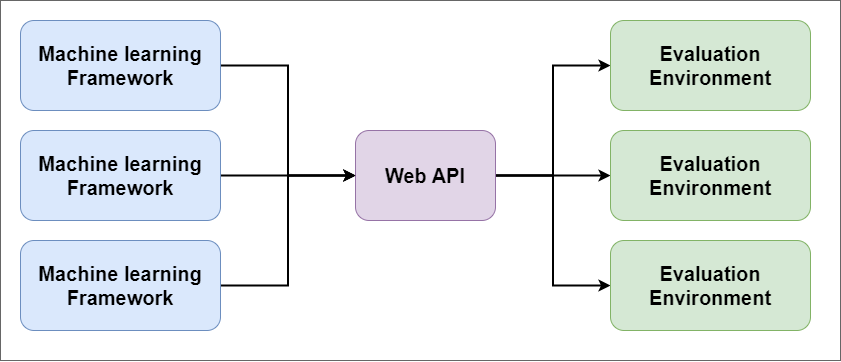
Earlier version of the draw.io export docs/images/platform_general_idea.png (UM-LPM/GIANT). Source tidied: cells renumbered, new cells last; positions are measured from the earlier drawing's top-left corner, leaving out a move shared by most shapes. Its diagram source:
```xml
<mxGraphModel>
  <root>
    <mxCell id="0" />
    <mxCell id="1" parent="0" />
    <mxCell id="2" value="&lt;h1 style=&quot;line-height: 120%; font-size: 24px;&quot;&gt;&lt;br&gt;&lt;/h1&gt;" style="rounded=0;whiteSpace=wrap;html=1;align=left;verticalAlign=top;glass=0;shadow=0;fontSize=24;labelPosition=center;verticalLabelPosition=middle;spacing=2;spacingLeft=12;fillColor=none;gradientColor=#b3b3b3;strokeColor=#666666;" parent="1" vertex="1">
      <mxGeometry width="840" height="360" as="geometry" />
    </mxCell>
    <mxCell id="3" style="edgeStyle=orthogonalEdgeStyle;rounded=0;jettySize=auto;html=1;entryX=0;entryY=0.5;entryDx=0;entryDy=0;strokeWidth=2;" parent="1" edge="1" source="4" target="8">
      <mxGeometry relative="1" as="geometry" />
    </mxCell>
    <mxCell id="4" value="&lt;font size=&quot;1&quot; style=&quot;&quot; color=&quot;#000000&quot;&gt;&lt;b style=&quot;font-size: 20px;&quot;&gt;Machine learning&lt;br&gt;Framework&lt;br&gt;&lt;/b&gt;&lt;/font&gt;" style="rounded=1;whiteSpace=wrap;html=1;fillColor=#dae8fc;strokeColor=#6c8ebf;" parent="1" vertex="1">
      <mxGeometry x="20" y="20" width="200" height="90" as="geometry" />
    </mxCell>
    <mxCell id="5" style="edgeStyle=orthogonalEdgeStyle;rounded=0;jettySize=auto;html=1;exitX=1;exitY=0.5;exitDx=0;exitDy=0;entryX=0;entryY=0.5;entryDx=0;entryDy=0;strokeWidth=2;" parent="1" edge="1" source="8" target="13">
      <mxGeometry relative="1" as="geometry" />
    </mxCell>
    <mxCell id="6" style="edgeStyle=orthogonalEdgeStyle;rounded=0;jettySize=auto;html=1;exitX=1;exitY=0.5;exitDx=0;exitDy=0;entryX=0;entryY=0.5;entryDx=0;entryDy=0;strokeWidth=2;" parent="1" edge="1" source="8" target="14">
      <mxGeometry relative="1" as="geometry" />
    </mxCell>
    <mxCell id="7" style="edgeStyle=orthogonalEdgeStyle;rounded=0;jettySize=auto;html=1;exitX=1;exitY=0.5;exitDx=0;exitDy=0;entryX=0;entryY=0.5;entryDx=0;entryDy=0;strokeWidth=2;" parent="1" edge="1" source="8" target="15">
      <mxGeometry relative="1" as="geometry" />
    </mxCell>
    <mxCell id="8" value="&lt;font size=&quot;1&quot; style=&quot;&quot; color=&quot;#000000&quot;&gt;&lt;b style=&quot;font-size: 20px;&quot;&gt;Web API&lt;/b&gt;&lt;/font&gt;" style="rounded=1;whiteSpace=wrap;html=1;fillColor=#e1d5e7;strokeColor=#9673a6;" parent="1" vertex="1">
      <mxGeometry x="355" y="130" width="140" height="90" as="geometry" />
    </mxCell>
    <mxCell id="9" style="edgeStyle=orthogonalEdgeStyle;rounded=0;jettySize=auto;html=1;exitX=1;exitY=0.5;exitDx=0;exitDy=0;entryX=0;entryY=0.5;entryDx=0;entryDy=0;strokeWidth=2;" parent="1" edge="1" source="10" target="8">
      <mxGeometry relative="1" as="geometry" />
    </mxCell>
    <mxCell id="10" value="&lt;font size=&quot;1&quot; style=&quot;&quot; color=&quot;#000000&quot;&gt;&lt;b style=&quot;font-size: 20px;&quot;&gt;Machine learning&lt;br&gt;Framework&lt;br&gt;&lt;/b&gt;&lt;/font&gt;" style="rounded=1;whiteSpace=wrap;html=1;fillColor=#dae8fc;strokeColor=#6c8ebf;" parent="1" vertex="1">
      <mxGeometry x="20" y="130" width="200" height="90" as="geometry" />
    </mxCell>
    <mxCell id="11" style="edgeStyle=orthogonalEdgeStyle;rounded=0;jettySize=auto;html=1;exitX=1;exitY=0.5;exitDx=0;exitDy=0;entryX=0;entryY=0.5;entryDx=0;entryDy=0;strokeWidth=2;" parent="1" edge="1" source="12" target="8">
      <mxGeometry relative="1" as="geometry" />
    </mxCell>
    <mxCell id="12" value="&lt;font size=&quot;1&quot; style=&quot;&quot; color=&quot;#000000&quot;&gt;&lt;b style=&quot;font-size: 20px;&quot;&gt;Machine learning&lt;br&gt;Framework&lt;br&gt;&lt;/b&gt;&lt;/font&gt;" style="rounded=1;whiteSpace=wrap;html=1;fillColor=#dae8fc;strokeColor=#6c8ebf;" parent="1" vertex="1">
      <mxGeometry x="20" y="240" width="200" height="90" as="geometry" />
    </mxCell>
    <mxCell id="13" value="&lt;font size=&quot;1&quot; style=&quot;&quot; color=&quot;#000000&quot;&gt;&lt;b style=&quot;font-size: 20px;&quot;&gt;Evaluation&lt;br&gt;Environment&lt;br&gt;&lt;/b&gt;&lt;/font&gt;" style="rounded=1;whiteSpace=wrap;html=1;fillColor=#d5e8d4;strokeColor=#82b366;" parent="1" vertex="1">
      <mxGeometry x="610" y="20" width="200" height="90" as="geometry" />
    </mxCell>
    <mxCell id="14" value="&lt;font size=&quot;1&quot; style=&quot;&quot; color=&quot;#000000&quot;&gt;&lt;b style=&quot;font-size: 20px;&quot;&gt;Evaluation&lt;br&gt;Environment&lt;br&gt;&lt;/b&gt;&lt;/font&gt;" style="rounded=1;whiteSpace=wrap;html=1;fillColor=#d5e8d4;strokeColor=#82b366;" parent="1" vertex="1">
      <mxGeometry x="610" y="130" width="200" height="90" as="geometry" />
    </mxCell>
    <mxCell id="15" value="&lt;font size=&quot;1&quot; style=&quot;&quot; color=&quot;#000000&quot;&gt;&lt;b style=&quot;font-size: 20px;&quot;&gt;Evaluation&lt;br&gt;Environment&lt;br&gt;&lt;/b&gt;&lt;/font&gt;" style="rounded=1;whiteSpace=wrap;html=1;fillColor=#d5e8d4;strokeColor=#82b366;" parent="1" vertex="1">
      <mxGeometry x="610" y="240" width="200" height="90" as="geometry" />
    </mxCell>
  </root>
</mxGraphModel>
```
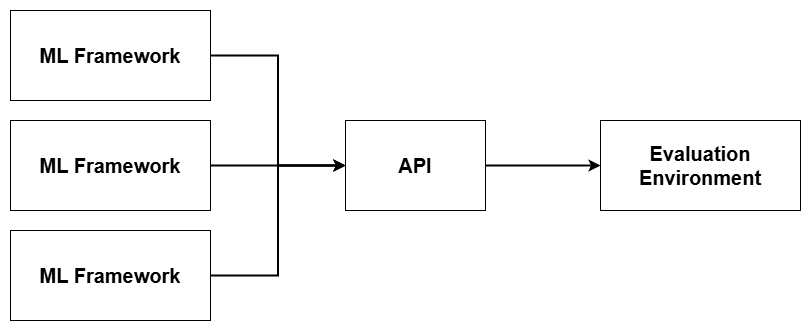
Later version of the same file.

What changed in the source:
```diff
@@ -2,47 +2,35 @@
   <root>
     <mxCell id="0" />
     <mxCell id="1" parent="0" />
-    <mxCell id="2" value="&lt;h1 style=&quot;line-height: 120%; font-size: 24px;&quot;&gt;&lt;br&gt;&lt;/h1&gt;" style="rounded=0;whiteSpace=wrap;html=1;align=left;verticalAlign=top;glass=0;shadow=0;fontSize=24;labelPosition=center;verticalLabelPosition=middle;spacing=2;spacingLeft=12;fillColor=none;gradientColor=#b3b3b3;strokeColor=#666666;" parent="1" vertex="1">
-      <mxGeometry width="840" height="360" as="geometry" />
+    <mxCell id="2" value="&lt;h1 style=&quot;line-height: 120%; font-size: 24px;&quot;&gt;&lt;br&gt;&lt;/h1&gt;" style="rounded=0;whiteSpace=wrap;html=1;align=left;verticalAlign=top;glass=0;shadow=0;fontSize=24;labelPosition=center;verticalLabelPosition=middle;spacing=2;spacingLeft=12;fillColor=none;gradientColor=#b3b3b3;strokeColor=none;" parent="1" vertex="1">
+      <mxGeometry x="10" y="10" width="810" height="330" as="geometry" />
     </mxCell>
     <mxCell id="3" style="edgeStyle=orthogonalEdgeStyle;rounded=0;jettySize=auto;html=1;entryX=0;entryY=0.5;entryDx=0;entryDy=0;strokeWidth=2;" parent="1" edge="1" source="4" target="8">
       <mxGeometry relative="1" as="geometry" />
     </mxCell>
-    <mxCell id="4" value="&lt;font size=&quot;1&quot; style=&quot;&quot; color=&quot;#000000&quot;&gt;&lt;b style=&quot;font-size: 20px;&quot;&gt;Machine learning&lt;br&gt;Framework&lt;br&gt;&lt;/b&gt;&lt;/font&gt;" style="rounded=1;whiteSpace=wrap;html=1;fillColor=#dae8fc;strokeColor=#6c8ebf;" parent="1" vertex="1">
+    <mxCell id="4" value="&lt;div&gt;&lt;font size=&quot;1&quot; color=&quot;#000000&quot;&gt;&lt;b style=&quot;font-size: 20px;&quot;&gt;ML Framework&lt;/b&gt;&lt;/font&gt;&lt;/div&gt;" style="rounded=0;whiteSpace=wrap;html=1;fillColor=#FFFFFF;" parent="1" vertex="1">
       <mxGeometry x="20" y="20" width="200" height="90" as="geometry" />
     </mxCell>
-    <mxCell id="5" style="edgeStyle=orthogonalEdgeStyle;rounded=0;jettySize=auto;html=1;exitX=1;exitY=0.5;exitDx=0;exitDy=0;entryX=0;entryY=0.5;entryDx=0;entryDy=0;strokeWidth=2;" parent="1" edge="1" source="8" target="13">
-      <mxGeometry relative="1" as="geometry" />
-    </mxCell>
     <mxCell id="6" style="edgeStyle=orthogonalEdgeStyle;rounded=0;jettySize=auto;html=1;exitX=1;exitY=0.5;exitDx=0;exitDy=0;entryX=0;entryY=0.5;entryDx=0;entryDy=0;strokeWidth=2;" parent="1" edge="1" source="8" target="14">
       <mxGeometry relative="1" as="geometry" />
     </mxCell>
-    <mxCell id="7" style="edgeStyle=orthogonalEdgeStyle;rounded=0;jettySize=auto;html=1;exitX=1;exitY=0.5;exitDx=0;exitDy=0;entryX=0;entryY=0.5;entryDx=0;entryDy=0;strokeWidth=2;" parent="1" edge="1" source="8" target="15">
-      <mxGeometry relative="1" as="geometry" />
-    </mxCell>
-    <mxCell id="8" value="&lt;font size=&quot;1&quot; style=&quot;&quot; color=&quot;#000000&quot;&gt;&lt;b style=&quot;font-size: 20px;&quot;&gt;Web API&lt;/b&gt;&lt;/font&gt;" style="rounded=1;whiteSpace=wrap;html=1;fillColor=#e1d5e7;strokeColor=#9673a6;" parent="1" vertex="1">
+    <mxCell id="8" value="&lt;font size=&quot;1&quot; color=&quot;#000000&quot;&gt;&lt;b style=&quot;font-size: 20px;&quot;&gt;API&lt;/b&gt;&lt;/font&gt;" style="rounded=0;whiteSpace=wrap;html=1;fillColor=#FFFFFF;" parent="1" vertex="1">
       <mxGeometry x="355" y="130" width="140" height="90" as="geometry" />
     </mxCell>
     <mxCell id="9" style="edgeStyle=orthogonalEdgeStyle;rounded=0;jettySize=auto;html=1;exitX=1;exitY=0.5;exitDx=0;exitDy=0;entryX=0;entryY=0.5;entryDx=0;entryDy=0;strokeWidth=2;" parent="1" edge="1" source="10" target="8">
       <mxGeometry relative="1" as="geometry" />
     </mxCell>
-    <mxCell id="10" value="&lt;font size=&quot;1&quot; style=&quot;&quot; color=&quot;#000000&quot;&gt;&lt;b style=&quot;font-size: 20px;&quot;&gt;Machine learning&lt;br&gt;Framework&lt;br&gt;&lt;/b&gt;&lt;/font&gt;" style="rounded=1;whiteSpace=wrap;html=1;fillColor=#dae8fc;strokeColor=#6c8ebf;" parent="1" vertex="1">
+    <mxCell id="10" value="&lt;font size=&quot;1&quot; color=&quot;#000000&quot;&gt;&lt;b style=&quot;font-size: 20px;&quot;&gt;ML Framework&lt;/b&gt;&lt;b style=&quot;font-size: 20px;&quot;&gt;&lt;/b&gt;&lt;/font&gt;" style="rounded=0;whiteSpace=wrap;html=1;fillColor=#FFFFFF;" parent="1" vertex="1">
       <mxGeometry x="20" y="130" width="200" height="90" as="geometry" />
     </mxCell>
     <mxCell id="11" style="edgeStyle=orthogonalEdgeStyle;rounded=0;jettySize=auto;html=1;exitX=1;exitY=0.5;exitDx=0;exitDy=0;entryX=0;entryY=0.5;entryDx=0;entryDy=0;strokeWidth=2;" parent="1" edge="1" source="12" target="8">
       <mxGeometry relative="1" as="geometry" />
     </mxCell>
-    <mxCell id="12" value="&lt;font size=&quot;1&quot; style=&quot;&quot; color=&quot;#000000&quot;&gt;&lt;b style=&quot;font-size: 20px;&quot;&gt;Machine learning&lt;br&gt;Framework&lt;br&gt;&lt;/b&gt;&lt;/font&gt;" style="rounded=1;whiteSpace=wrap;html=1;fillColor=#dae8fc;strokeColor=#6c8ebf;" parent="1" vertex="1">
+    <mxCell id="12" value="&lt;font size=&quot;1&quot; color=&quot;#000000&quot;&gt;&lt;b style=&quot;font-size: 20px;&quot;&gt;ML Framework&lt;/b&gt;&lt;b style=&quot;font-size: 20px;&quot;&gt;&lt;/b&gt;&lt;/font&gt;" style="rounded=0;whiteSpace=wrap;html=1;fillColor=#FFFFFF;" parent="1" vertex="1">
       <mxGeometry x="20" y="240" width="200" height="90" as="geometry" />
     </mxCell>
-    <mxCell id="13" value="&lt;font size=&quot;1&quot; style=&quot;&quot; color=&quot;#000000&quot;&gt;&lt;b style=&quot;font-size: 20px;&quot;&gt;Evaluation&lt;br&gt;Environment&lt;br&gt;&lt;/b&gt;&lt;/font&gt;" style="rounded=1;whiteSpace=wrap;html=1;fillColor=#d5e8d4;strokeColor=#82b366;" parent="1" vertex="1">
-      <mxGeometry x="610" y="20" width="200" height="90" as="geometry" />
-    </mxCell>
-    <mxCell id="14" value="&lt;font size=&quot;1&quot; style=&quot;&quot; color=&quot;#000000&quot;&gt;&lt;b style=&quot;font-size: 20px;&quot;&gt;Evaluation&lt;br&gt;Environment&lt;br&gt;&lt;/b&gt;&lt;/font&gt;" style="rounded=1;whiteSpace=wrap;html=1;fillColor=#d5e8d4;strokeColor=#82b366;" parent="1" vertex="1">
+    <mxCell id="14" value="&lt;font size=&quot;1&quot; style=&quot;&quot; color=&quot;#000000&quot;&gt;&lt;b style=&quot;font-size: 20px;&quot;&gt;Evaluation&lt;br&gt;Environment&lt;br&gt;&lt;/b&gt;&lt;/font&gt;" style="rounded=0;whiteSpace=wrap;html=1;fillColor=#FFFFFF;" parent="1" vertex="1">
       <mxGeometry x="610" y="130" width="200" height="90" as="geometry" />
     </mxCell>
-    <mxCell id="15" value="&lt;font size=&quot;1&quot; style=&quot;&quot; color=&quot;#000000&quot;&gt;&lt;b style=&quot;font-size: 20px;&quot;&gt;Evaluation&lt;br&gt;Environment&lt;br&gt;&lt;/b&gt;&lt;/font&gt;" style="rounded=1;whiteSpace=wrap;html=1;fillColor=#d5e8d4;strokeColor=#82b366;" parent="1" vertex="1">
-      <mxGeometry x="610" y="240" width="200" height="90" as="geometry" />
-    </mxCell>
   </root>
 </mxGraphModel>
```
